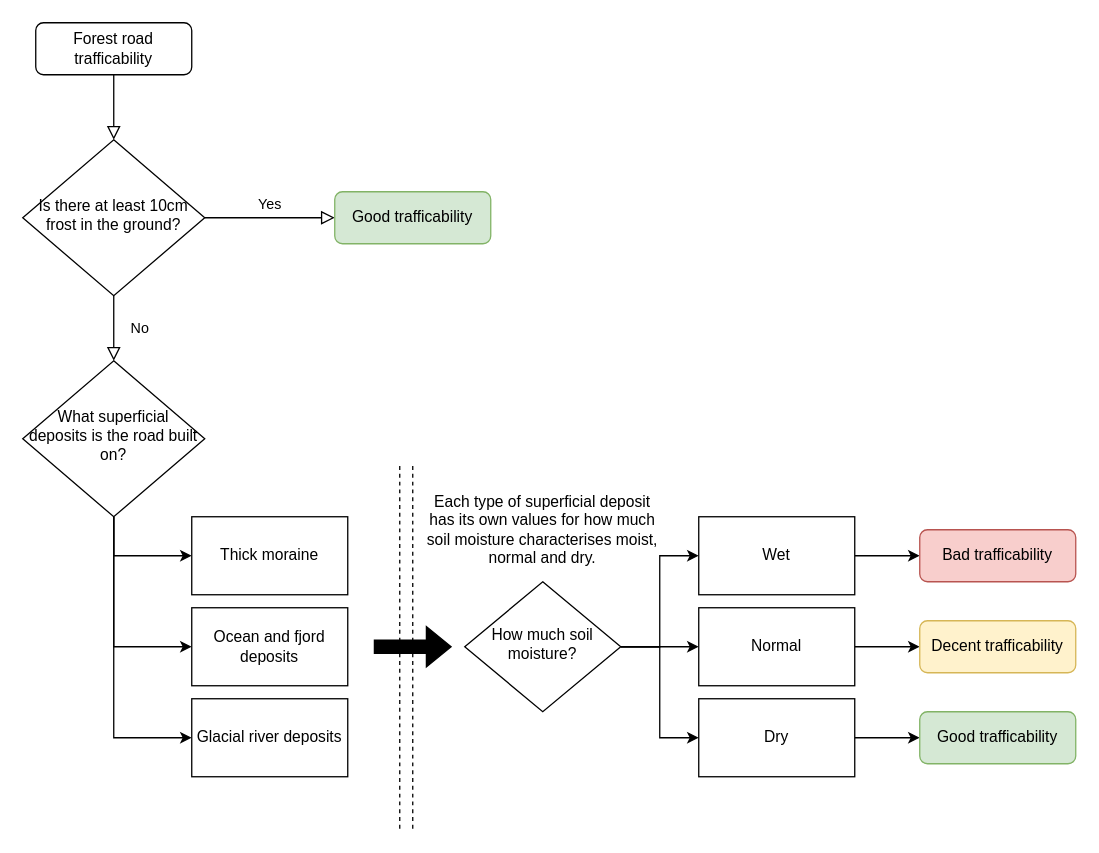
Earlier version of the draw.io diagram roadclassification.drawio (skogkursbachelor/diagrams). Source tidied: cells renumbered, new cells numbered last; positions are measured from the earlier drawing's top-left corner, leaving out a move shared by most shapes. Both pictures are drawn from the tidied source at 130%, with x=0, y=0 at pixel (22, 22).
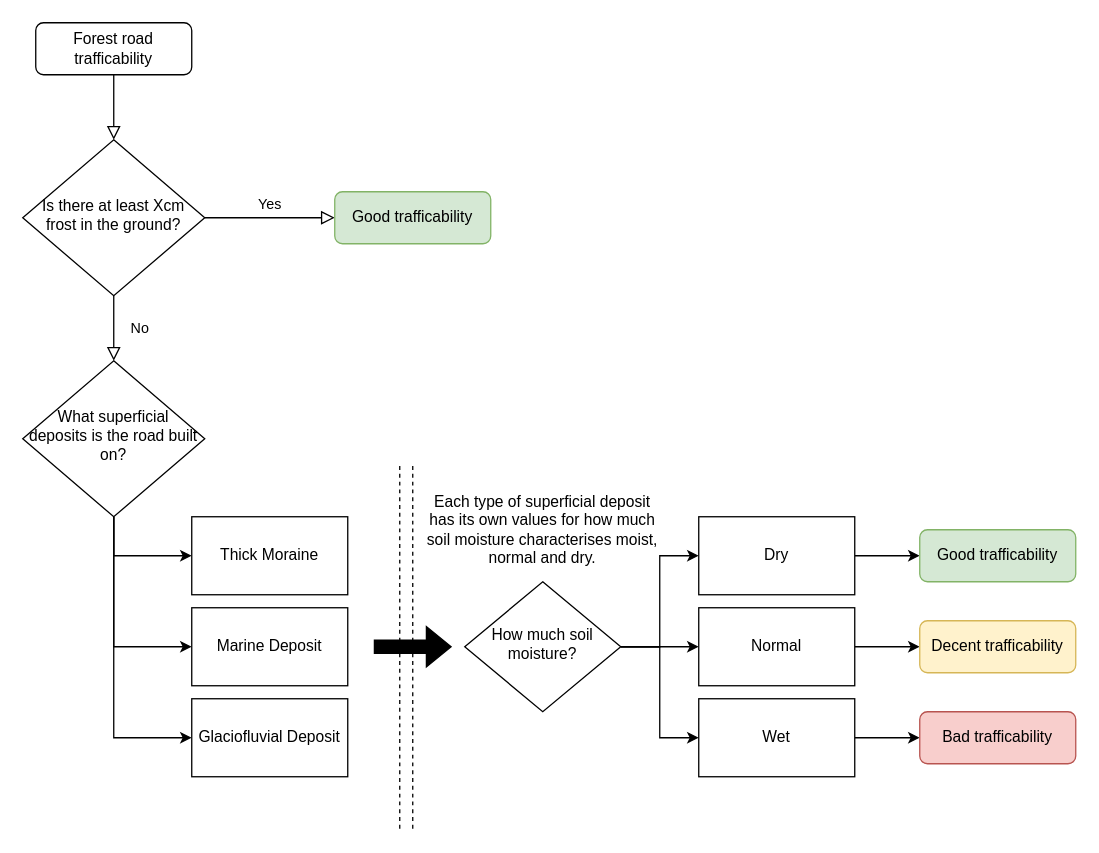
Above is the later version.

Diff of the diagram source:
```diff
@@
-    <mxCell id="6" value="&lt;font&gt;Is there at least 10cm frost in the ground?&lt;/font&gt;" style="rhombus;whiteSpace=wrap;shadow=0;fontFamily=Helvetica;fontSize=12;align=center;strokeWidth=1;spacing=6;spacingTop=-4;html=1;" parent="1" vertex="1">
+    <mxCell id="6" value="&lt;font&gt;Is there at least Xcm frost in the ground?&lt;/font&gt;" style="rhombus;whiteSpace=wrap;shadow=0;fontFamily=Helvetica;fontSize=12;align=center;strokeWidth=1;spacing=6;spacingTop=-4;html=1;" parent="1" vertex="1">
       <mxGeometry y="90" width="140" height="120" as="geometry" />
     </mxCell>
@@
-    <mxCell id="12" value="Thick moraine" style="rounded=0;whiteSpace=wrap;html=1;" parent="1" vertex="1">
+    <mxCell id="12" value="Thick Moraine" style="rounded=0;whiteSpace=wrap;html=1;" parent="1" vertex="1">
       <mxGeometry x="130" y="380" width="120" height="60" as="geometry" />
     </mxCell>
-    <mxCell id="13" value="Ocean and fjord deposits" style="rounded=0;whiteSpace=wrap;html=1;" parent="1" vertex="1">
+    <mxCell id="13" value="Marine Deposit" style="rounded=0;whiteSpace=wrap;html=1;" parent="1" vertex="1">
       <mxGeometry x="130" y="450" width="120" height="60" as="geometry" />
     </mxCell>
-    <mxCell id="14" value="Glacial river deposits" style="rounded=0;whiteSpace=wrap;html=1;" parent="1" vertex="1">
+    <mxCell id="14" value="Glaciofluvial Deposit" style="rounded=0;whiteSpace=wrap;html=1;" parent="1" vertex="1">
       <mxGeometry x="130" y="520" width="120" height="60" as="geometry" />
     </mxCell>
@@
     <mxCell id="22" value="Wet" style="rounded=0;whiteSpace=wrap;html=1;" parent="1" vertex="1">
-      <mxGeometry x="520" y="380" width="120" height="60" as="geometry" />
+      <mxGeometry x="520" y="520" width="120" height="60" as="geometry" />
     </mxCell>
@@
     <mxCell id="26" value="Dry" style="rounded=0;whiteSpace=wrap;html=1;" parent="1" vertex="1">
-      <mxGeometry x="520" y="520" width="120" height="60" as="geometry" />
+      <mxGeometry x="520" y="380" width="120" height="60" as="geometry" />
     </mxCell>
     <mxCell id="27" value="Bad trafficability" style="rounded=1;whiteSpace=wrap;html=1;fontSize=12;glass=0;strokeWidth=1;shadow=0;fillColor=#f8cecc;strokeColor=#b85450;" parent="1" vertex="1">
-      <mxGeometry x="690" y="390" width="120" height="40" as="geometry" />
+      <mxGeometry x="690" y="530" width="120" height="40" as="geometry" />
     </mxCell>
@@
     <mxCell id="29" value="Good trafficability" style="rounded=1;whiteSpace=wrap;html=1;fontSize=12;glass=0;strokeWidth=1;shadow=0;fillColor=#d5e8d4;strokeColor=#82b366;" parent="1" vertex="1">
-      <mxGeometry x="690" y="530" width="120" height="40" as="geometry" />
+      <mxGeometry x="690" y="390" width="120" height="40" as="geometry" />
     </mxCell>
```
